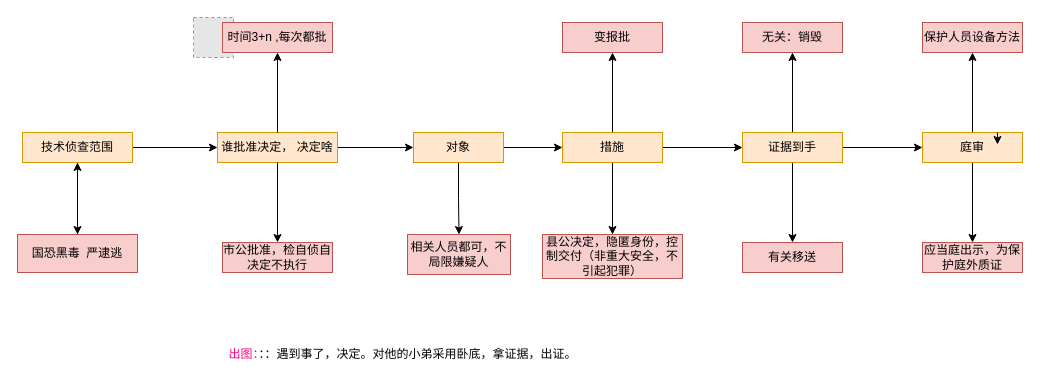
Earlier version of the draw.io diagram 流程图文件/刑诉/专题12侦查.drawio (woshiduanli/Study). Source tidied: cells renumbered, new cells numbered last; positions are measured from the earlier drawing's top-left corner, leaving out a move shared by most shapes. Both pictures are drawn from the tidied source at 100%, with x=0, y=0 at pixel (17, 17). Pictures stored in the file or linked from it are replaced by grey dashed boxes.
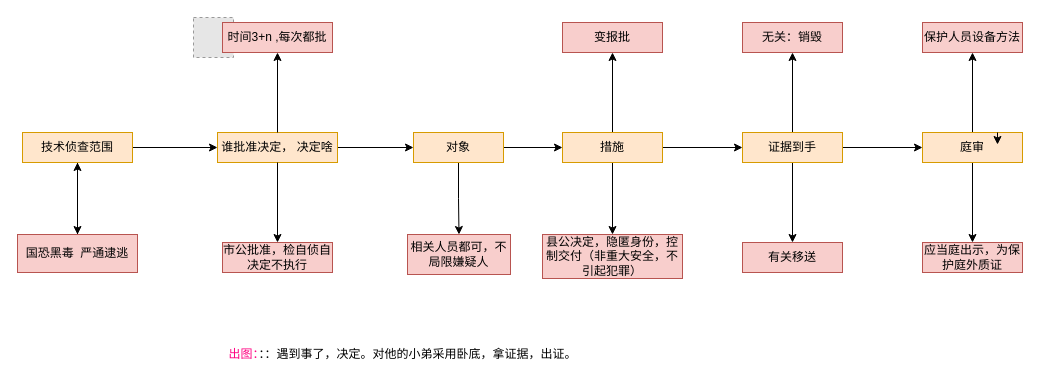
After the change.

Commit message:
更新专题12侦查.drawio

Diff of the diagram source:
```diff
@@
-    <mxCell id="15" value="国恐黑毒&amp;nbsp; 严逮逃" style="rounded=0;whiteSpace=wrap;html=1;fillColor=#f8cecc;strokeColor=#b85450;" parent="1" vertex="1">
+    <mxCell id="15" value="国恐黑毒&amp;nbsp; 严通逮逃" style="rounded=0;whiteSpace=wrap;html=1;fillColor=#f8cecc;strokeColor=#b85450;" parent="1" vertex="1">
       <mxGeometry y="217" width="120" height="38" as="geometry" />
     </mxCell>
```
